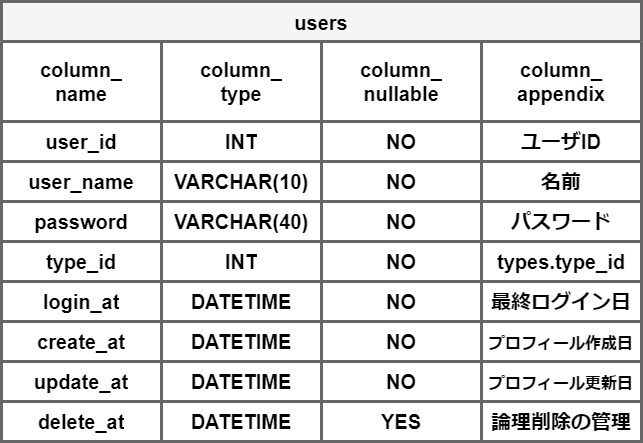
This is docs/仕様書/images/table_users.png from takaaaa-jun/check_annotator, a draw.io export, as it was before one commit. Source tidied: cells renumbered, new cells last; positions are measured from the earlier drawing's top-left corner, leaving out a move shared by most shapes.
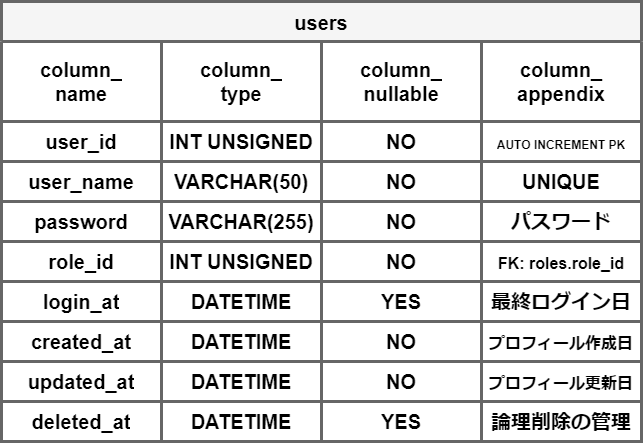
Later version of the same file.

Change to the diagram source:
```diff
@@ -26,13 +26,13 @@
     <mxCell id="9" value="user_id" style="shape=partialRectangle;html=1;whiteSpace=wrap;strokeColor=inherit;overflow=hidden;fillColor=none;top=0;left=0;bottom=0;right=0;fontSize=20;fontStyle=1;" parent="8" vertex="1">
       <mxGeometry width="160" height="40" as="geometry" />
     </mxCell>
-    <mxCell id="10" value="INT" style="shape=partialRectangle;html=1;whiteSpace=wrap;strokeColor=inherit;overflow=hidden;fillColor=none;top=0;left=0;bottom=0;right=0;fontSize=20;fontStyle=1;" parent="8" vertex="1">
+    <mxCell id="10" value="INT UNSIGNED" style="shape=partialRectangle;html=1;whiteSpace=wrap;strokeColor=inherit;overflow=hidden;fillColor=none;top=0;left=0;bottom=0;right=0;fontSize=20;fontStyle=1;" parent="8" vertex="1">
       <mxGeometry x="160" width="160" height="40" as="geometry" />
     </mxCell>
     <mxCell id="11" value="NO" style="shape=partialRectangle;html=1;whiteSpace=wrap;strokeColor=inherit;overflow=hidden;fillColor=none;top=0;left=0;bottom=0;right=0;fontSize=20;fontStyle=1;" parent="8" vertex="1">
       <mxGeometry x="320" width="160" height="40" as="geometry" />
     </mxCell>
-    <mxCell id="12" value="ユーザID" style="shape=partialRectangle;html=1;whiteSpace=wrap;strokeColor=inherit;overflow=hidden;fillColor=none;top=0;left=0;bottom=0;right=0;fontSize=20;fontStyle=1;" parent="8" vertex="1">
+    <mxCell id="12" value="&lt;font style=&quot;font-size: 12px;&quot;&gt;AUTO INCREMENT PK&lt;/font&gt;" style="shape=partialRectangle;html=1;whiteSpace=wrap;strokeColor=inherit;overflow=hidden;fillColor=none;top=0;left=0;bottom=0;right=0;fontSize=20;fontStyle=1;" parent="8" vertex="1">
       <mxGeometry x="480" width="160" height="40" as="geometry" />
     </mxCell>
     <mxCell id="13" style="shape=tableRow;horizontal=0;startSize=0;swimlaneHead=0;swimlaneBody=0;strokeColor=inherit;top=0;left=0;bottom=0;right=0;fillColor=none;fontSize=20;fontStyle=1;" parent="2" vertex="1">
@@ -41,13 +41,13 @@
     <mxCell id="14" value="user_name" style="shape=partialRectangle;html=1;whiteSpace=wrap;strokeColor=inherit;overflow=hidden;fillColor=none;top=0;left=0;bottom=0;right=0;fontSize=20;fontStyle=1;" parent="13" vertex="1">
       <mxGeometry width="160" height="40" as="geometry" />
     </mxCell>
-    <mxCell id="15" value="VARCHAR(10)" style="shape=partialRectangle;html=1;whiteSpace=wrap;strokeColor=inherit;overflow=hidden;fillColor=none;top=0;left=0;bottom=0;right=0;fontSize=20;fontStyle=1;" parent="13" vertex="1">
+    <mxCell id="15" value="VARCHAR(50)" style="shape=partialRectangle;html=1;whiteSpace=wrap;strokeColor=inherit;overflow=hidden;fillColor=none;top=0;left=0;bottom=0;right=0;fontSize=20;fontStyle=1;" parent="13" vertex="1">
       <mxGeometry x="160" width="160" height="40" as="geometry" />
     </mxCell>
     <mxCell id="16" value="NO" style="shape=partialRectangle;html=1;whiteSpace=wrap;strokeColor=inherit;overflow=hidden;fillColor=none;top=0;left=0;bottom=0;right=0;fontSize=20;fontStyle=1;" parent="13" vertex="1">
       <mxGeometry x="320" width="160" height="40" as="geometry" />
     </mxCell>
-    <mxCell id="17" value="名前" style="shape=partialRectangle;html=1;whiteSpace=wrap;strokeColor=inherit;overflow=hidden;fillColor=none;top=0;left=0;bottom=0;right=0;fontSize=20;fontStyle=1;" parent="13" vertex="1">
+    <mxCell id="17" value="UNIQUE" style="shape=partialRectangle;html=1;whiteSpace=wrap;strokeColor=inherit;overflow=hidden;fillColor=none;top=0;left=0;bottom=0;right=0;fontSize=20;fontStyle=1;" parent="13" vertex="1">
       <mxGeometry x="480" width="160" height="40" as="geometry" />
     </mxCell>
     <mxCell id="18" style="shape=tableRow;horizontal=0;startSize=0;swimlaneHead=0;swimlaneBody=0;strokeColor=inherit;top=0;left=0;bottom=0;right=0;fillColor=none;fontSize=20;fontStyle=1;" parent="2" vertex="1">
@@ -56,7 +56,7 @@
     <mxCell id="19" value="password" style="shape=partialRectangle;html=1;whiteSpace=wrap;strokeColor=inherit;overflow=hidden;fillColor=none;top=0;left=0;bottom=0;right=0;fontSize=20;fontStyle=1;" parent="18" vertex="1">
       <mxGeometry width="160" height="40" as="geometry" />
     </mxCell>
-    <mxCell id="20" value="VARCHAR(40)" style="shape=partialRectangle;html=1;whiteSpace=wrap;strokeColor=inherit;overflow=hidden;fillColor=none;top=0;left=0;bottom=0;right=0;fontSize=20;fontStyle=1;" parent="18" vertex="1">
+    <mxCell id="20" value="VARCHAR(255)" style="shape=partialRectangle;html=1;whiteSpace=wrap;strokeColor=inherit;overflow=hidden;fillColor=none;top=0;left=0;bottom=0;right=0;fontSize=20;fontStyle=1;" parent="18" vertex="1">
       <mxGeometry x="160" width="160" height="40" as="geometry" />
     </mxCell>
     <mxCell id="21" value="NO" style="shape=partialRectangle;html=1;whiteSpace=wrap;strokeColor=inherit;overflow=hidden;fillColor=none;top=0;left=0;bottom=0;right=0;fontSize=20;fontStyle=1;" parent="18" vertex="1">
@@ -68,16 +68,16 @@
     <mxCell id="23" style="shape=tableRow;horizontal=0;startSize=0;swimlaneHead=0;swimlaneBody=0;strokeColor=inherit;top=0;left=0;bottom=0;right=0;fillColor=none;fontSize=20;fontStyle=1;" parent="2" vertex="1">
       <mxGeometry y="240" width="640" height="40" as="geometry" />
     </mxCell>
-    <mxCell id="24" value="type_id" style="shape=partialRectangle;html=1;whiteSpace=wrap;strokeColor=inherit;overflow=hidden;fillColor=none;top=0;left=0;bottom=0;right=0;fontSize=20;fontStyle=1;" parent="23" vertex="1">
+    <mxCell id="24" value="role_id" style="shape=partialRectangle;html=1;whiteSpace=wrap;strokeColor=inherit;overflow=hidden;fillColor=none;top=0;left=0;bottom=0;right=0;fontSize=20;fontStyle=1;" parent="23" vertex="1">
       <mxGeometry width="160" height="40" as="geometry" />
     </mxCell>
-    <mxCell id="25" value="INT" style="shape=partialRectangle;html=1;whiteSpace=wrap;strokeColor=inherit;overflow=hidden;fillColor=none;top=0;left=0;bottom=0;right=0;fontSize=20;fontStyle=1;" parent="23" vertex="1">
+    <mxCell id="25" value="INT UNSIGNED" style="shape=partialRectangle;html=1;whiteSpace=wrap;strokeColor=inherit;overflow=hidden;fillColor=none;top=0;left=0;bottom=0;right=0;fontSize=20;fontStyle=1;" parent="23" vertex="1">
       <mxGeometry x="160" width="160" height="40" as="geometry" />
     </mxCell>
     <mxCell id="26" value="NO" style="shape=partialRectangle;html=1;whiteSpace=wrap;strokeColor=inherit;overflow=hidden;fillColor=none;top=0;left=0;bottom=0;right=0;fontSize=20;fontStyle=1;" parent="23" vertex="1">
       <mxGeometry x="320" width="160" height="40" as="geometry" />
     </mxCell>
-    <mxCell id="27" value="types.type_id" style="shape=partialRectangle;html=1;whiteSpace=wrap;strokeColor=inherit;overflow=hidden;fillColor=none;top=0;left=0;bottom=0;right=0;fontSize=20;fontStyle=1;" parent="23" vertex="1">
+    <mxCell id="27" value="&lt;font style=&quot;font-size: 16px;&quot;&gt;FK: roles.role_id&lt;/font&gt;" style="shape=partialRectangle;html=1;whiteSpace=wrap;strokeColor=inherit;overflow=hidden;fillColor=none;top=0;left=0;bottom=0;right=0;fontSize=20;fontStyle=1;" parent="23" vertex="1">
       <mxGeometry x="480" width="160" height="40" as="geometry" />
     </mxCell>
     <mxCell id="28" style="shape=tableRow;horizontal=0;startSize=0;swimlaneHead=0;swimlaneBody=0;strokeColor=inherit;top=0;left=0;bottom=0;right=0;fillColor=none;fontSize=20;fontStyle=1;" parent="2" vertex="1">
@@ -89,7 +89,7 @@
     <mxCell id="30" value="DATETIME" style="shape=partialRectangle;html=1;whiteSpace=wrap;strokeColor=inherit;overflow=hidden;fillColor=none;top=0;left=0;bottom=0;right=0;fontSize=20;fontStyle=1;" parent="28" vertex="1">
       <mxGeometry x="160" width="160" height="40" as="geometry" />
     </mxCell>
-    <mxCell id="31" value="NO" style="shape=partialRectangle;html=1;whiteSpace=wrap;strokeColor=inherit;overflow=hidden;fillColor=none;top=0;left=0;bottom=0;right=0;fontSize=20;fontStyle=1;" parent="28" vertex="1">
+    <mxCell id="31" value="YES" style="shape=partialRectangle;html=1;whiteSpace=wrap;strokeColor=inherit;overflow=hidden;fillColor=none;top=0;left=0;bottom=0;right=0;fontSize=20;fontStyle=1;" parent="28" vertex="1">
       <mxGeometry x="320" width="160" height="40" as="geometry" />
     </mxCell>
     <mxCell id="32" value="最終ログイン日" style="shape=partialRectangle;html=1;whiteSpace=wrap;strokeColor=inherit;overflow=hidden;fillColor=none;top=0;left=0;bottom=0;right=0;fontSize=20;fontStyle=1;" parent="28" vertex="1">
@@ -98,7 +98,7 @@
     <mxCell id="33" style="shape=tableRow;horizontal=0;startSize=0;swimlaneHead=0;swimlaneBody=0;strokeColor=inherit;top=0;left=0;bottom=0;right=0;fillColor=none;fontSize=20;fontStyle=1;" parent="2" vertex="1">
       <mxGeometry y="320" width="640" height="40" as="geometry" />
     </mxCell>
-    <mxCell id="34" value="create_at" style="shape=partialRectangle;html=1;whiteSpace=wrap;strokeColor=inherit;overflow=hidden;fillColor=none;top=0;left=0;bottom=0;right=0;fontSize=20;fontStyle=1;" parent="33" vertex="1">
+    <mxCell id="34" value="created_at" style="shape=partialRectangle;html=1;whiteSpace=wrap;strokeColor=inherit;overflow=hidden;fillColor=none;top=0;left=0;bottom=0;right=0;fontSize=20;fontStyle=1;" parent="33" vertex="1">
       <mxGeometry width="160" height="40" as="geometry" />
     </mxCell>
     <mxCell id="35" value="DATETIME" style="shape=partialRectangle;html=1;whiteSpace=wrap;strokeColor=inherit;overflow=hidden;fillColor=none;top=0;left=0;bottom=0;right=0;fontSize=20;fontStyle=1;" parent="33" vertex="1">
@@ -113,7 +113,7 @@
     <mxCell id="38" style="shape=tableRow;horizontal=0;startSize=0;swimlaneHead=0;swimlaneBody=0;strokeColor=inherit;top=0;left=0;bottom=0;right=0;fillColor=none;fontSize=20;fontStyle=1;" parent="2" vertex="1">
       <mxGeometry y="360" width="640" height="40" as="geometry" />
     </mxCell>
-    <mxCell id="39" value="update_at" style="shape=partialRectangle;html=1;whiteSpace=wrap;strokeColor=inherit;overflow=hidden;fillColor=none;top=0;left=0;bottom=0;right=0;fontSize=20;fontStyle=1;" parent="38" vertex="1">
+    <mxCell id="39" value="updated_at" style="shape=partialRectangle;html=1;whiteSpace=wrap;strokeColor=inherit;overflow=hidden;fillColor=none;top=0;left=0;bottom=0;right=0;fontSize=20;fontStyle=1;" parent="38" vertex="1">
       <mxGeometry width="160" height="40" as="geometry" />
     </mxCell>
     <mxCell id="40" value="DATETIME" style="shape=partialRectangle;html=1;whiteSpace=wrap;strokeColor=inherit;overflow=hidden;fillColor=none;top=0;left=0;bottom=0;right=0;fontSize=20;fontStyle=1;" parent="38" vertex="1">
@@ -128,7 +128,7 @@
     <mxCell id="43" style="shape=tableRow;horizontal=0;startSize=0;swimlaneHead=0;swimlaneBody=0;strokeColor=inherit;top=0;left=0;bottom=0;right=0;fillColor=none;fontSize=20;fontStyle=1;" parent="2" vertex="1">
       <mxGeometry y="400" width="640" height="40" as="geometry" />
     </mxCell>
-    <mxCell id="44" value="delete_at" style="shape=partialRectangle;html=1;whiteSpace=wrap;strokeColor=inherit;overflow=hidden;fillColor=none;top=0;left=0;bottom=0;right=0;fontSize=20;fontStyle=1;" parent="43" vertex="1">
+    <mxCell id="44" value="deleted_at" style="shape=partialRectangle;html=1;whiteSpace=wrap;strokeColor=inherit;overflow=hidden;fillColor=none;top=0;left=0;bottom=0;right=0;fontSize=20;fontStyle=1;" parent="43" vertex="1">
       <mxGeometry width="160" height="40" as="geometry" />
     </mxCell>
     <mxCell id="45" value="DATETIME" style="shape=partialRectangle;html=1;whiteSpace=wrap;strokeColor=inherit;overflow=hidden;fillColor=none;top=0;left=0;bottom=0;right=0;fontSize=20;fontStyle=1;" parent="43" vertex="1">
```
